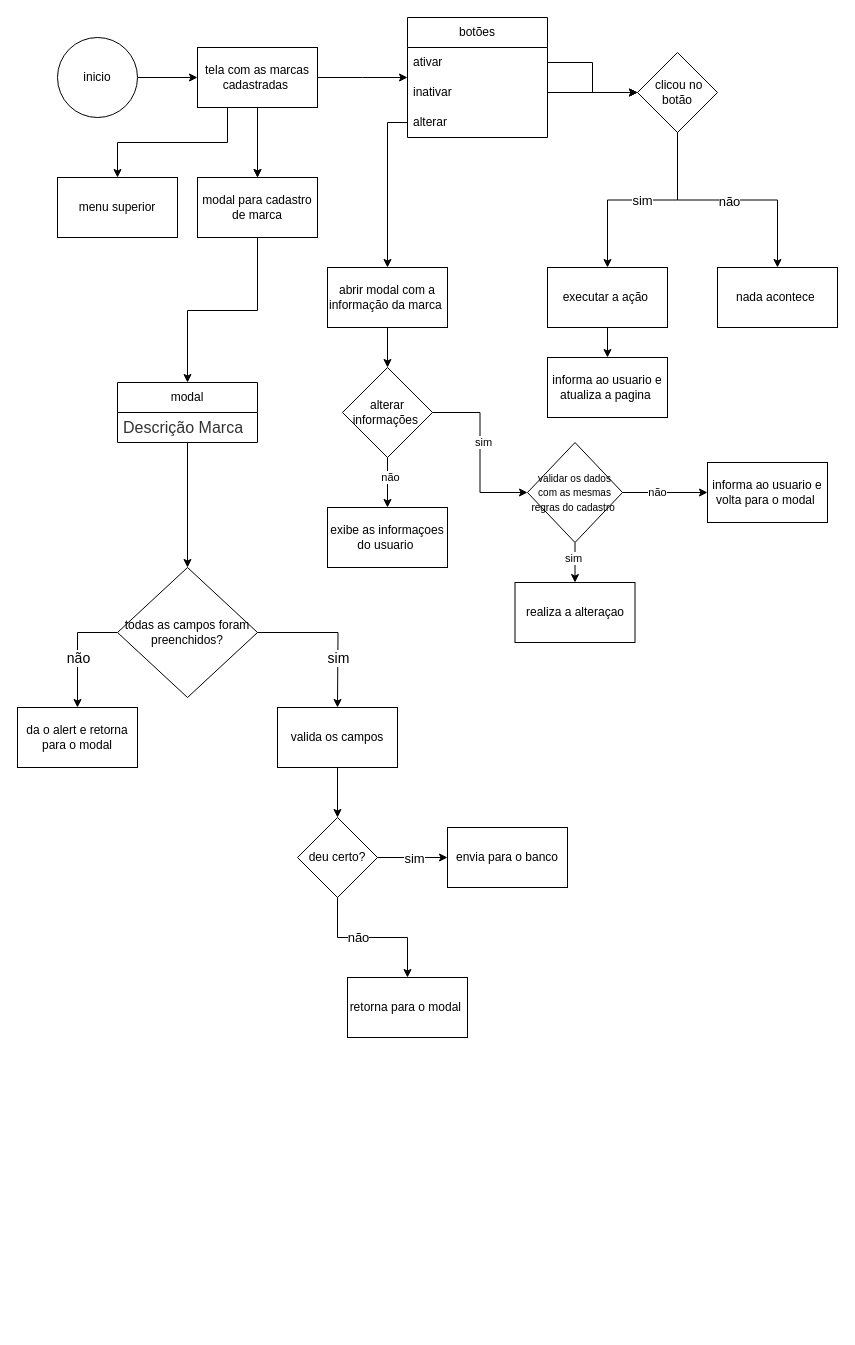
Samuel-Goulart/cadastro.ativos keeps this draw.io diagram as fluxogramas/listar_marcas.drawio. Above is the earlier version. Source tidied: cells renumbered, new cells numbered last; positions are measured from the earlier drawing's top-left corner, leaving out a move shared by most shapes. Both pictures are drawn from the tidied source at 100%, with x=0, y=0 at pixel (17, 17).
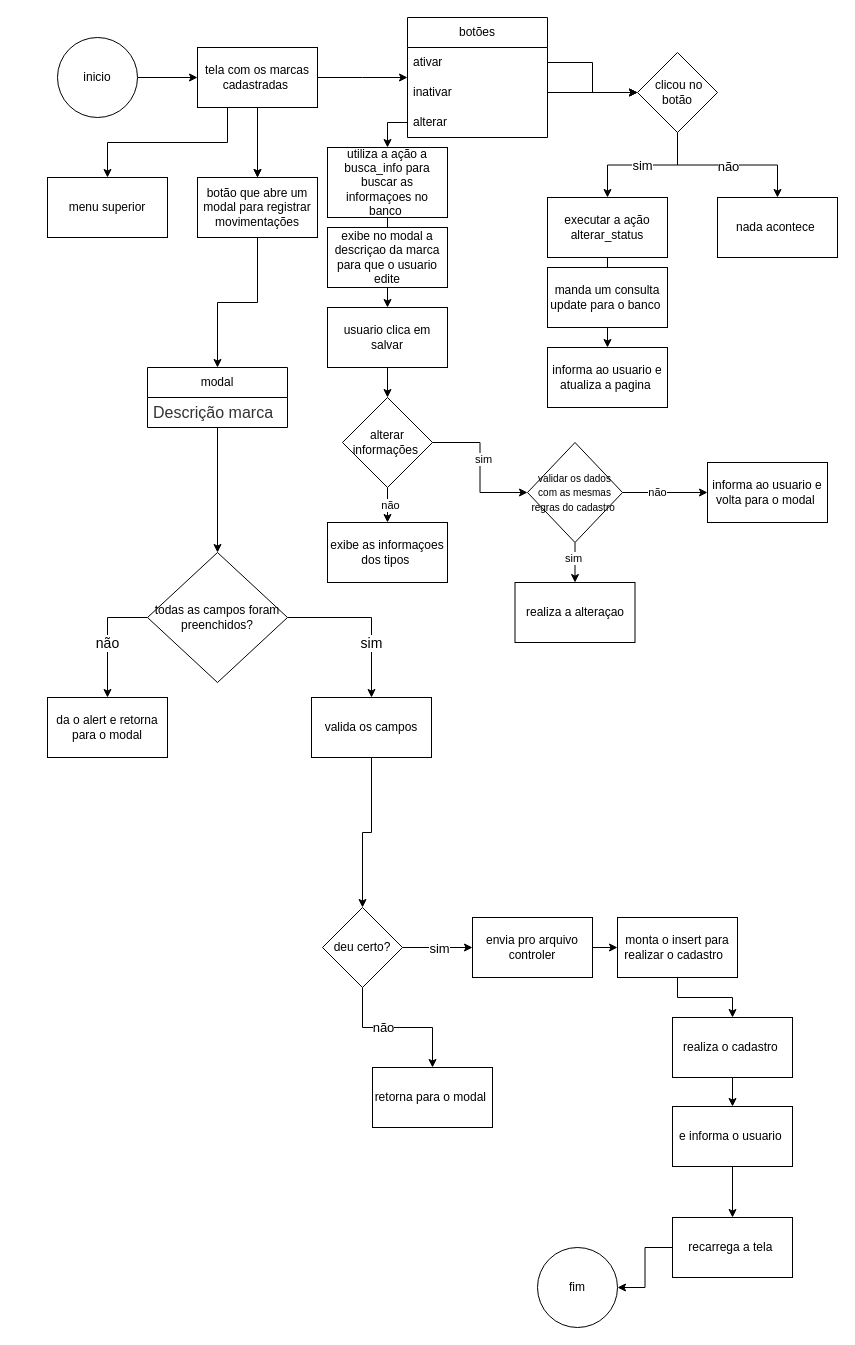
The same diagram, later.

The change refers to these unchanged cells:
```xml
<mxCell id="3" value="inicio" style="ellipse;whiteSpace=wrap;html=1;" parent="1" vertex="1">
  <mxGeometry x="40" y="20" width="80" height="80" as="geometry" />
</mxCell>
<mxCell id="9" value="botões" style="swimlane;fontStyle=0;horizontal=1;startSize=30;whiteSpace=wrap;html=1;" parent="1" vertex="1">
  <mxGeometry x="390" width="140" height="120" as="geometry" />
</mxCell>
<mxCell id="13" value="alterar" style="text;strokeColor=none;fillColor=none;align=left;verticalAlign=middle;spacingLeft=4;spacingRight=4;overflow=hidden;points=[[0,0.5],[1,0.5]];portConstraint=eastwest;whiteSpace=wrap;html=1;" parent="9" vertex="1">
  <mxGeometry y="90" width="140" height="30" as="geometry" />
</mxCell>
<mxCell id="15" style="edgeStyle=orthogonalEdgeStyle;rounded=0;jettySize=auto;html=1;entryX=0.5;entryY=0;entryDx=0;entryDy=0;" parent="1" edge="1" source="17" target="22">
  <mxGeometry relative="1" as="geometry" />
</mxCell>
<mxCell id="17" value="&amp;nbsp;clicou no botão" style="rhombus;whiteSpace=wrap;html=1;" parent="1" vertex="1">
  <mxGeometry x="620" y="35" width="80" height="80" as="geometry" />
</mxCell>
<mxCell id="26" style="edgeStyle=orthogonalEdgeStyle;rounded=0;jettySize=auto;html=1;" parent="1" edge="1" source="30" target="35">
  <mxGeometry relative="1" as="geometry" />
</mxCell>
<mxCell id="31" style="edgeStyle=orthogonalEdgeStyle;rounded=0;jettySize=auto;html=1;" parent="1" edge="1" source="35" target="36">
  <mxGeometry relative="1" as="geometry" />
</mxCell>
<mxCell id="33" style="edgeStyle=orthogonalEdgeStyle;rounded=0;jettySize=auto;html=1;" parent="1" edge="1" source="35" target="39">
  <mxGeometry relative="1" as="geometry" />
</mxCell>
<mxCell id="56" style="edgeStyle=orthogonalEdgeStyle;rounded=0;jettySize=auto;html=1;" parent="1" edge="1" source="58" target="60">
  <mxGeometry relative="1" as="geometry" />
</mxCell>
```

What changed in the source:
```diff
@@
-    <mxCell id="2" style="edgeStyle=orthogonalEdgeStyle;rounded=0;jettySize=auto;html=1;" parent="1" edge="1" source="3" target="8">
-      <mxGeometry relative="1" as="geometry" />
-    </mxCell>
+    <mxCell id="61" style="edgeStyle=orthogonalEdgeStyle;rounded=0;jettySize=auto;html=1;" parent="1" edge="1" source="3" target="66">
+      <mxGeometry relative="1" as="geometry" />
+    </mxCell>
@@
-    <mxCell id="4" style="edgeStyle=orthogonalEdgeStyle;rounded=0;jettySize=auto;html=1;" parent="1" edge="1" source="8">
-      <mxGeometry relative="1" as="geometry">
-        <mxPoint x="390" y="60" as="targetPoint" />
-      </mxGeometry>
-    </mxCell>
-    <mxCell id="5" style="edgeStyle=orthogonalEdgeStyle;rounded=0;jettySize=auto;html=1;" parent="1" edge="1" source="8" target="41">
-      <mxGeometry relative="1" as="geometry" />
-    </mxCell>
-    <mxCell id="6" style="edgeStyle=orthogonalEdgeStyle;rounded=0;jettySize=auto;html=1;" parent="1" edge="1" source="8" target="41">
-      <mxGeometry relative="1" as="geometry" />
-    </mxCell>
-    <mxCell id="7" style="edgeStyle=orthogonalEdgeStyle;rounded=0;jettySize=auto;html=1;exitX=0.25;exitY=1;exitDx=0;exitDy=0;" parent="1" edge="1" source="8" target="42">
-      <mxGeometry relative="1" as="geometry" />
-    </mxCell>
-    <mxCell id="8" value="tela com as marcas cadastradas&amp;nbsp;" style="whiteSpace=wrap;html=1;" parent="1" vertex="1">
-      <mxGeometry x="180" y="30" width="120" height="60" as="geometry" />
-    </mxCell>
+    <mxCell id="62" style="edgeStyle=orthogonalEdgeStyle;rounded=0;jettySize=auto;html=1;" parent="1" edge="1" source="66">
+      <mxGeometry relative="1" as="geometry">
+        <mxPoint x="390" y="60" as="targetPoint" />
+      </mxGeometry>
+    </mxCell>
+    <mxCell id="63" style="edgeStyle=orthogonalEdgeStyle;rounded=0;jettySize=auto;html=1;" parent="1" edge="1" source="66" target="81">
+      <mxGeometry relative="1" as="geometry" />
+    </mxCell>
+    <mxCell id="64" style="edgeStyle=orthogonalEdgeStyle;rounded=0;jettySize=auto;html=1;" parent="1" edge="1" source="66" target="81">
+      <mxGeometry relative="1" as="geometry" />
+    </mxCell>
+    <mxCell id="65" style="edgeStyle=orthogonalEdgeStyle;rounded=0;jettySize=auto;html=1;exitX=0.25;exitY=1;exitDx=0;exitDy=0;" parent="1" edge="1" source="66" target="42">
+      <mxGeometry relative="1" as="geometry" />
+    </mxCell>
+    <mxCell id="66" value="tela com os marcas cadastradas&amp;nbsp;" style="whiteSpace=wrap;html=1;" parent="1" vertex="1">
+      <mxGeometry x="180" y="30" width="120" height="60" as="geometry" />
+    </mxCell>
@@
-    <mxCell id="11" style="edgeStyle=orthogonalEdgeStyle;rounded=0;orthogonalLoop=1;jettySize=auto;html=1;" parent="9" edge="1">
-      <mxGeometry relative="1" as="geometry">
-        <mxPoint x="140" y="75" as="sourcePoint" />
-        <mxPoint x="230" y="75" as="targetPoint" />
-      </mxGeometry>
-    </mxCell>
+    <mxCell id="67" style="edgeStyle=orthogonalEdgeStyle;rounded=0;orthogonalLoop=1;jettySize=auto;html=1;" parent="9" edge="1">
+      <mxGeometry relative="1" as="geometry">
+        <mxPoint x="140" y="75" as="sourcePoint" />
+        <mxPoint x="230" y="75" as="targetPoint" />
+      </mxGeometry>
+    </mxCell>
@@
-    <mxCell id="14" value="&lt;font style=&quot;font-size: 13px;&quot;&gt;sim&lt;/font&gt;" style="edgeStyle=orthogonalEdgeStyle;rounded=0;jettySize=auto;html=1;" parent="1" edge="1" source="17" target="21">
+    <mxCell id="14" value="&lt;font style=&quot;font-size: 13px;&quot;&gt;sim&lt;/font&gt;" style="edgeStyle=orthogonalEdgeStyle;rounded=0;jettySize=auto;html=1;" parent="1" edge="1" source="17" target="70">
       <mxGeometry relative="1" as="geometry" />
     </mxCell>
@@
-    <mxCell id="16" value="&lt;font style=&quot;font-size: 13px;&quot;&gt;não&lt;/font&gt;" style="edgeLabel;html=1;align=center;verticalAlign=middle;" parent="15" vertex="1">
-      <mxGeometry x="0.01" y="-1" relative="1" as="geometry" />
-    </mxCell>
+    <mxCell id="68" value="&lt;font style=&quot;font-size: 13px;&quot;&gt;não&lt;/font&gt;" style="edgeLabel;html=1;align=center;verticalAlign=middle;" parent="15" vertex="1">
+      <mxGeometry x="0.01" y="-1" relative="1" as="geometry" />
+    </mxCell>
@@
-    <mxCell id="20" style="edgeStyle=orthogonalEdgeStyle;rounded=0;jettySize=auto;html=1;entryX=0.5;entryY=0;entryDx=0;entryDy=0;" parent="1" edge="1" source="21" target="38">
-      <mxGeometry relative="1" as="geometry" />
-    </mxCell>
-    <mxCell id="21" value="executar a ação&amp;nbsp;" style="whiteSpace=wrap;html=1;" parent="1" vertex="1">
-      <mxGeometry x="530" y="250" width="120" height="60" as="geometry" />
-    </mxCell>
+    <mxCell id="69" style="edgeStyle=orthogonalEdgeStyle;rounded=0;jettySize=auto;html=1;entryX=0.5;entryY=0;entryDx=0;entryDy=0;" parent="1" edge="1" source="70" target="38">
+      <mxGeometry relative="1" as="geometry" />
+    </mxCell>
+    <mxCell id="70" value="executar a ação &lt;font style=&quot;color: rgb(0, 0, 0);&quot;&gt;alterar_status&lt;/font&gt;" style="whiteSpace=wrap;html=1;" parent="1" vertex="1">
+      <mxGeometry x="530" y="180" width="120" height="60" as="geometry" />
+    </mxCell>
     <mxCell id="22" value="nada acontece&amp;nbsp;" style="rounded=0;whiteSpace=wrap;html=1;" parent="1" vertex="1">
-      <mxGeometry x="700" y="250" width="120" height="60" as="geometry" />
+      <mxGeometry x="700" y="180" width="120" height="60" as="geometry" />
     </mxCell>
-    <mxCell id="23" style="edgeStyle=orthogonalEdgeStyle;rounded=0;jettySize=auto;html=1;" parent="1" edge="1" source="24" target="30">
-      <mxGeometry relative="1" as="geometry" />
-    </mxCell>
-    <mxCell id="24" value="abrir modal com a informação da marca&amp;nbsp;" style="rounded=0;whiteSpace=wrap;html=1;" parent="1" vertex="1">
-      <mxGeometry x="310" y="250" width="120" height="60" as="geometry" />
-    </mxCell>
-    <mxCell id="25" style="edgeStyle=orthogonalEdgeStyle;rounded=0;jettySize=auto;html=1;" parent="1" edge="1" source="13" target="24">
-      <mxGeometry relative="1" as="geometry" />
-    </mxCell>
+    <mxCell id="71" style="edgeStyle=orthogonalEdgeStyle;rounded=0;jettySize=auto;html=1;" parent="1" edge="1" source="72" target="30">
+      <mxGeometry relative="1" as="geometry" />
+    </mxCell>
+    <mxCell id="72" value="usuario clica em salvar" style="rounded=0;whiteSpace=wrap;html=1;" parent="1" vertex="1">
+      <mxGeometry x="310" y="290" width="120" height="60" as="geometry" />
+    </mxCell>
+    <mxCell id="73" style="edgeStyle=orthogonalEdgeStyle;rounded=0;jettySize=auto;html=1;" parent="1" edge="1" source="98" target="72">
+      <mxGeometry relative="1" as="geometry" />
+    </mxCell>
@@
-    <mxCell id="27" value="sim" style="edgeLabel;html=1;align=center;verticalAlign=middle;" parent="26" vertex="1">
-      <mxGeometry x="-0.12" y="3" relative="1" as="geometry" />
-    </mxCell>
-    <mxCell id="28" style="edgeStyle=orthogonalEdgeStyle;rounded=0;jettySize=auto;html=1;" parent="1" edge="1" source="30" target="37">
-      <mxGeometry relative="1" as="geometry" />
-    </mxCell>
-    <mxCell id="29" value="não" style="edgeLabel;html=1;align=center;verticalAlign=middle;" parent="28" vertex="1">
-      <mxGeometry x="-0.23" y="2" relative="1" as="geometry" />
-    </mxCell>
+    <mxCell id="74" value="sim" style="edgeLabel;html=1;align=center;verticalAlign=middle;" parent="26" vertex="1">
+      <mxGeometry x="-0.12" y="3" relative="1" as="geometry" />
+    </mxCell>
+    <mxCell id="75" style="edgeStyle=orthogonalEdgeStyle;rounded=0;jettySize=auto;html=1;" parent="1" edge="1" source="30" target="79">
+      <mxGeometry relative="1" as="geometry" />
+    </mxCell>
+    <mxCell id="76" value="não" style="edgeLabel;html=1;align=center;verticalAlign=middle;" parent="75" vertex="1">
+      <mxGeometry x="-0.23" y="2" relative="1" as="geometry" />
+    </mxCell>
     <mxCell id="30" value="alterar informações&amp;nbsp;" style="rhombus;whiteSpace=wrap;html=1;rounded=0;" parent="1" vertex="1">
-      <mxGeometry x="325" y="350" width="90" height="90" as="geometry" />
+      <mxGeometry x="325" y="380" width="90" height="90" as="geometry" />
     </mxCell>
@@
-    <mxCell id="32" value="não" style="edgeLabel;html=1;align=center;verticalAlign=middle;" parent="31" vertex="1">
-      <mxGeometry x="-0.21" y="1" relative="1" as="geometry" />
-    </mxCell>
+    <mxCell id="77" value="não" style="edgeLabel;html=1;align=center;verticalAlign=middle;" parent="31" vertex="1">
+      <mxGeometry x="-0.21" y="1" relative="1" as="geometry" />
+    </mxCell>
@@
-    <mxCell id="34" value="sim" style="edgeLabel;html=1;align=center;verticalAlign=middle;" parent="33" vertex="1">
-      <mxGeometry x="-0.25" y="-2" relative="1" as="geometry" />
-    </mxCell>
+    <mxCell id="78" value="sim" style="edgeLabel;html=1;align=center;verticalAlign=middle;" parent="33" vertex="1">
+      <mxGeometry x="-0.25" y="-2" relative="1" as="geometry" />
+    </mxCell>
@@
-    <mxCell id="37" value="exibe as informaçoes do usuario&amp;nbsp;" style="whiteSpace=wrap;html=1;rounded=0;" parent="1" vertex="1">
-      <mxGeometry x="310" y="490" width="120" height="60" as="geometry" />
-    </mxCell>
+    <mxCell id="79" value="exibe as informaçoes dos tipos&amp;nbsp;" style="whiteSpace=wrap;html=1;rounded=0;" parent="1" vertex="1">
+      <mxGeometry x="310" y="505" width="120" height="60" as="geometry" />
+    </mxCell>
     <mxCell id="38" value="informa ao usuario e atualiza a pagina&amp;nbsp;" style="rounded=0;whiteSpace=wrap;html=1;" parent="1" vertex="1">
-      <mxGeometry x="530" y="340" width="120" height="60" as="geometry" />
+      <mxGeometry x="530" y="330" width="120" height="60" as="geometry" />
     </mxCell>
@@
-    <mxCell id="40" style="edgeStyle=orthogonalEdgeStyle;rounded=0;jettySize=auto;html=1;entryX=0.5;entryY=0;entryDx=0;entryDy=0;" parent="1" edge="1" source="41" target="44">
-      <mxGeometry relative="1" as="geometry">
-        <Array as="points">
-          <mxPoint x="240" y="293" />
-          <mxPoint x="170" y="293" />
-        </Array>
-      </mxGeometry>
-    </mxCell>
-    <mxCell id="41" value="modal para cadastro de marca" style="whiteSpace=wrap;html=1;" parent="1" vertex="1">
-      <mxGeometry x="180" y="160" width="120" height="60" as="geometry" />
-    </mxCell>
+    <mxCell id="80" style="edgeStyle=orthogonalEdgeStyle;rounded=0;jettySize=auto;html=1;entryX=0.5;entryY=0;entryDx=0;entryDy=0;" parent="1" edge="1" source="81" target="44">
+      <mxGeometry relative="1" as="geometry" />
+    </mxCell>
+    <mxCell id="81" value="botão que abre um modal para registrar movimentações" style="whiteSpace=wrap;html=1;" parent="1" vertex="1">
+      <mxGeometry x="180" y="160" width="120" height="60" as="geometry" />
+    </mxCell>
     <mxCell id="42" value="menu superior" style="rounded=0;whiteSpace=wrap;html=1;" parent="1" vertex="1">
-      <mxGeometry x="40" y="160" width="120" height="60" as="geometry" />
+      <mxGeometry x="30" y="160" width="120" height="60" as="geometry" />
     </mxCell>
@@
     <mxCell id="44" value="modal" style="swimlane;fontStyle=0;horizontal=1;startSize=30;whiteSpace=wrap;html=1;" parent="1" vertex="1">
-      <mxGeometry x="100" y="365" width="140" height="60" as="geometry" />
+      <mxGeometry x="130" y="350" width="140" height="60" as="geometry" />
     </mxCell>
-    <mxCell id="45" value="&lt;span style=&quot;color: rgb(51, 51, 51); font-family: Arial, sans-serif; font-size: 16px; background-color: rgb(255, 255, 255);&quot;&gt;Descrição Marca&lt;/span&gt;" style="text;strokeColor=none;fillColor=none;align=left;verticalAlign=middle;spacingLeft=4;spacingRight=4;overflow=hidden;whiteSpace=wrap;html=1;" parent="44" vertex="1">
-      <mxGeometry y="30" width="140" height="30" as="geometry" />
-    </mxCell>
-    <mxCell id="46" style="edgeStyle=orthogonalEdgeStyle;rounded=0;jettySize=auto;html=1;" parent="1" edge="1" source="50">
-      <mxGeometry relative="1" as="geometry">
-        <mxPoint x="320" y="690" as="targetPoint" />
-      </mxGeometry>
-    </mxCell>
+    <mxCell id="82" value="&lt;span style=&quot;color: rgb(51, 51, 51); font-family: Arial, sans-serif; font-size: 16px; background-color: rgb(255, 255, 255);&quot;&gt;Descrição marca&lt;/span&gt;" style="text;strokeColor=none;fillColor=none;align=left;verticalAlign=middle;spacingLeft=4;spacingRight=4;overflow=hidden;whiteSpace=wrap;html=1;" parent="44" vertex="1">
+      <mxGeometry y="30" width="140" height="30" as="geometry" />
+    </mxCell>
+    <mxCell id="83" style="edgeStyle=orthogonalEdgeStyle;rounded=0;jettySize=auto;html=1;entryX=0.5;entryY=0;entryDx=0;entryDy=0;" parent="1" edge="1" source="50" target="53">
+      <mxGeometry relative="1" as="geometry" />
+    </mxCell>
-    <mxCell id="47" value="&lt;font style=&quot;font-size: 14px;&quot;&gt;sim&lt;/font&gt;" style="edgeLabel;html=1;align=center;verticalAlign=middle;" parent="46" vertex="1">
+    <mxCell id="47" value="&lt;font style=&quot;font-size: 14px;&quot;&gt;sim&lt;/font&gt;" style="edgeLabel;html=1;align=center;verticalAlign=middle;" parent="83" vertex="1">
       <mxGeometry x="-0.18" y="1" relative="1" as="geometry">
         <mxPoint x="16" y="26" as="offset" />
       </mxGeometry>
     </mxCell>
-    <mxCell id="48" style="edgeStyle=orthogonalEdgeStyle;rounded=0;jettySize=auto;html=1;" parent="1" edge="1" source="50" target="51">
+    <mxCell id="48" style="edgeStyle=orthogonalEdgeStyle;rounded=0;jettySize=auto;html=1;entryX=0.5;entryY=0;entryDx=0;entryDy=0;" parent="1" edge="1" source="50" target="51">
       <mxGeometry relative="1" as="geometry">
         <Array as="points">
-          <mxPoint x="60" y="615" />
+          <mxPoint x="90" y="600" />
         </Array>
       </mxGeometry>
     </mxCell>
@@
     <mxCell id="50" value="todas as campos foram preenchidos?" style="rhombus;whiteSpace=wrap;html=1;fontStyle=0;startSize=30;" parent="1" vertex="1">
-      <mxGeometry x="100" y="550" width="140" height="130" as="geometry" />
+      <mxGeometry x="130" y="535" width="140" height="130" as="geometry" />
     </mxCell>
     <mxCell id="51" value="da o alert e retorna para o modal" style="rounded=0;whiteSpace=wrap;html=1;" parent="1" vertex="1">
-      <mxGeometry y="690" width="120" height="60" as="geometry" />
+      <mxGeometry x="30" y="680" width="120" height="60" as="geometry" />
     </mxCell>
@@
     <mxCell id="53" value="valida os campos" style="rounded=0;whiteSpace=wrap;html=1;" parent="1" vertex="1">
-      <mxGeometry x="260" y="690" width="120" height="60" as="geometry" />
+      <mxGeometry x="294" y="680" width="120" height="60" as="geometry" />
     </mxCell>
-    <mxCell id="54" style="edgeStyle=orthogonalEdgeStyle;rounded=0;jettySize=auto;html=1;" parent="1" edge="1" source="58" target="59">
-      <mxGeometry relative="1" as="geometry" />
-    </mxCell>
+    <mxCell id="84" style="edgeStyle=orthogonalEdgeStyle;rounded=0;jettySize=auto;html=1;" parent="1" edge="1" source="58" target="87">
+      <mxGeometry relative="1" as="geometry" />
+    </mxCell>
-    <mxCell id="55" value="&lt;font style=&quot;font-size: 13px;&quot;&gt;sim&lt;/font&gt;" style="edgeLabel;html=1;align=center;verticalAlign=middle;" parent="54" vertex="1">
+    <mxCell id="55" value="&lt;font style=&quot;font-size: 13px;&quot;&gt;sim&lt;/font&gt;" style="edgeLabel;html=1;align=center;verticalAlign=middle;" parent="84" vertex="1">
       <mxGeometry x="0.03" y="-3" relative="1" as="geometry">
         <mxPoint y="-3" as="offset" />
       </mxGeometry>
     </mxCell>
@@
-    <mxCell id="57" value="&lt;font style=&quot;font-size: 13px;&quot;&gt;não&lt;/font&gt;" style="edgeLabel;html=1;align=center;verticalAlign=middle;" parent="56" vertex="1">
-      <mxGeometry x="-0.2" y="1" relative="1" as="geometry" />
-    </mxCell>
+    <mxCell id="85" value="&lt;font style=&quot;font-size: 13px;&quot;&gt;não&lt;/font&gt;" style="edgeLabel;html=1;align=center;verticalAlign=middle;" parent="56" vertex="1">
+      <mxGeometry x="-0.2" y="1" relative="1" as="geometry" />
+    </mxCell>
     <mxCell id="58" value="deu certo?" style="rhombus;whiteSpace=wrap;html=1;rounded=0;" parent="1" vertex="1">
-      <mxGeometry x="280" y="800" width="80" height="80" as="geometry" />
+      <mxGeometry x="305" y="890" width="80" height="80" as="geometry" />
     </mxCell>
-    <mxCell id="59" value="envia para o banco" style="rounded=0;whiteSpace=wrap;html=1;" parent="1" vertex="1">
-      <mxGeometry x="430" y="810" width="120" height="60" as="geometry" />
-    </mxCell>
+    <mxCell id="86" style="edgeStyle=orthogonalEdgeStyle;rounded=0;jettySize=auto;html=1;" parent="1" edge="1" source="87" target="89">
+      <mxGeometry relative="1" as="geometry" />
+    </mxCell>
+    <mxCell id="87" value="envia pro arquivo controler" style="rounded=0;whiteSpace=wrap;html=1;" parent="1" vertex="1">
+      <mxGeometry x="455" y="900" width="120" height="60" as="geometry" />
+    </mxCell>
     <mxCell id="60" value="retorna para o modal&amp;nbsp;" style="whiteSpace=wrap;html=1;rounded=0;" parent="1" vertex="1">
-      <mxGeometry x="330" y="960" width="120" height="60" as="geometry" />
+      <mxGeometry x="355" y="1050" width="120" height="60" as="geometry" />
     </mxCell>
+    <mxCell id="88" style="edgeStyle=orthogonalEdgeStyle;rounded=0;jettySize=auto;html=1;" parent="1" edge="1" source="89" target="91">
+      <mxGeometry relative="1" as="geometry" />
+    </mxCell>
+    <mxCell id="89" value="monta o insert para realizar o cadastro&amp;nbsp;&amp;nbsp;" style="rounded=0;whiteSpace=wrap;html=1;" parent="1" vertex="1">
+      <mxGeometry x="600" y="900" width="120" height="60" as="geometry" />
+    </mxCell>
+    <mxCell id="90" style="edgeStyle=orthogonalEdgeStyle;rounded=0;jettySize=auto;html=1;" parent="1" edge="1" source="91" target="93">
+      <mxGeometry relative="1" as="geometry" />
+    </mxCell>
+    <mxCell id="91" value="realiza o cadastro&amp;nbsp;" style="rounded=0;whiteSpace=wrap;html=1;" parent="1" vertex="1">
+      <mxGeometry x="655" y="1000" width="120" height="60" as="geometry" />
+    </mxCell>
+    <mxCell id="92" style="edgeStyle=orthogonalEdgeStyle;rounded=0;jettySize=auto;html=1;" parent="1" edge="1" source="93" target="95">
+      <mxGeometry relative="1" as="geometry" />
+    </mxCell>
+    <mxCell id="93" value="e informa o usuario&amp;nbsp;" style="rounded=0;whiteSpace=wrap;html=1;" parent="1" vertex="1">
+      <mxGeometry x="655" y="1089" width="120" height="60" as="geometry" />
+    </mxCell>
+    <mxCell id="94" style="edgeStyle=orthogonalEdgeStyle;rounded=0;jettySize=auto;html=1;" parent="1" edge="1" source="95" target="96">
+      <mxGeometry relative="1" as="geometry" />
+    </mxCell>
+    <mxCell id="95" value="recarrega a tela&amp;nbsp;" style="rounded=0;whiteSpace=wrap;html=1;" parent="1" vertex="1">
+      <mxGeometry x="655" y="1200" width="120" height="60" as="geometry" />
+    </mxCell>
+    <mxCell id="96" value="fim" style="ellipse;whiteSpace=wrap;html=1;rounded=0;" parent="1" vertex="1">
+      <mxGeometry x="520" y="1230" width="80" height="80" as="geometry" />
+    </mxCell>
+    <mxCell id="97" style="edgeStyle=orthogonalEdgeStyle;rounded=0;jettySize=auto;html=1;" parent="1" edge="1" source="13" target="98">
+      <mxGeometry relative="1" as="geometry" />
+    </mxCell>
+    <mxCell id="98" value="utiliza a ação a busca_info para buscar as informaçoes no banco&amp;nbsp;" style="rounded=0;whiteSpace=wrap;html=1;" parent="1" vertex="1">
+      <mxGeometry x="310" y="130" width="120" height="70" as="geometry" />
+    </mxCell>
+    <mxCell id="99" value="exibe no modal a descriçao da marca para que o usuario edite" style="rounded=0;whiteSpace=wrap;html=1;" parent="1" vertex="1">
+      <mxGeometry x="310" y="210" width="120" height="60" as="geometry" />
+    </mxCell>
+    <mxCell id="100" value="manda um consulta update para o banco&amp;nbsp;" style="whiteSpace=wrap;html=1;" parent="1" vertex="1">
+      <mxGeometry x="530" y="250" width="120" height="60" as="geometry" />
+    </mxCell>
```
